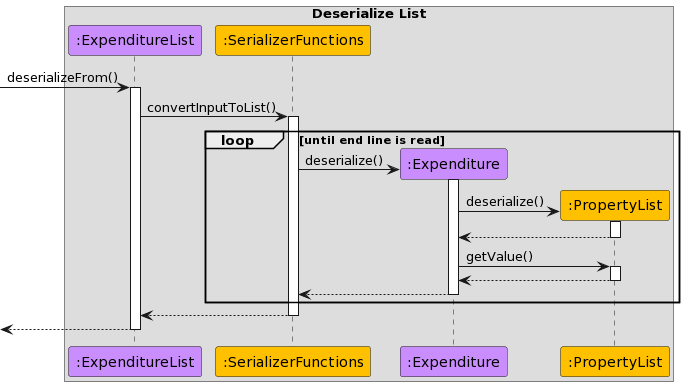
Above: docs/images/DeserializeListSequenceDiagram.png in nus-cs2113-AY2122S2/tp (PlantUML), before the change.
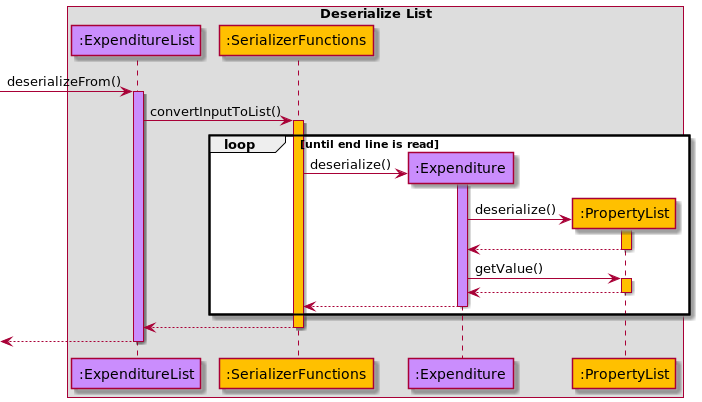
The same diagram one commit later.

Diff of the diagram source:
```diff
@@ -1,18 +1,5 @@
 @startuml
-!define LOGIC_COLOR #3333C4
-!define LOGIC_COLOR_T1 #7777DB
-!define LOGIC_COLOR_T2 #5252CE
-!define LOGIC_COLOR_T3 #1616B0
-!define LOGIC_COLOR_T4 #101086
-
-!define MMM_COLOUR #dddddd
-!define PARSER_COLOUR #00b0f0
-!define UI_COLOUR #92d050
-!define COMMANDS_COLOUR #ff5050
-!define STORAGE_COLOUR #ffc000
-!define HELPER_COLOUR #e6d6c2
-!define USERFINANCIAL_COLOUR #ca8dfd
-!define DATA_COLOUR #aeed00
+!include Style.puml
 
 box Deserialize List
 participant ":ExpenditureList" as ExpenditureList USERFINANCIAL_COLOUR
@@ -21,22 +8,26 @@
 participant ":PropertyList" as PropertyList STORAGE_COLOUR
 end box
 
-[-> ExpenditureList ++ : deserializeFrom()
-ExpenditureList -> SerializerFunctions ++ : convertInputToList()
+[-> ExpenditureList : deserializeFrom()
+activate ExpenditureList USERFINANCIAL_COLOUR
+ExpenditureList -> SerializerFunctions : convertInputToList()
+activate SerializerFunctions STORAGE_COLOUR
 loop until end line is read
     SerializerFunctions -> Expenditure ** : deserialize()
-    activate Expenditure
+    activate Expenditure USERFINANCIAL_COLOUR
     deactivate Expenditure
 
     Expenditure -> PropertyList ** : deserialize()
-    activate PropertyList
+    activate PropertyList STORAGE_COLOUR
     deactivate PropertyList
     PropertyList --> Expenditure --
-    Expenditure -> PropertyList ++ : getValue()
+    Expenditure -> PropertyList: getValue()
+    activate PropertyList STORAGE_COLOUR
     PropertyList --> Expenditure --
 
     Expenditure --> SerializerFunctions --
 end
 SerializerFunctions --> ExpenditureList --
 [<-- ExpenditureList --
+
 @enduml
```
